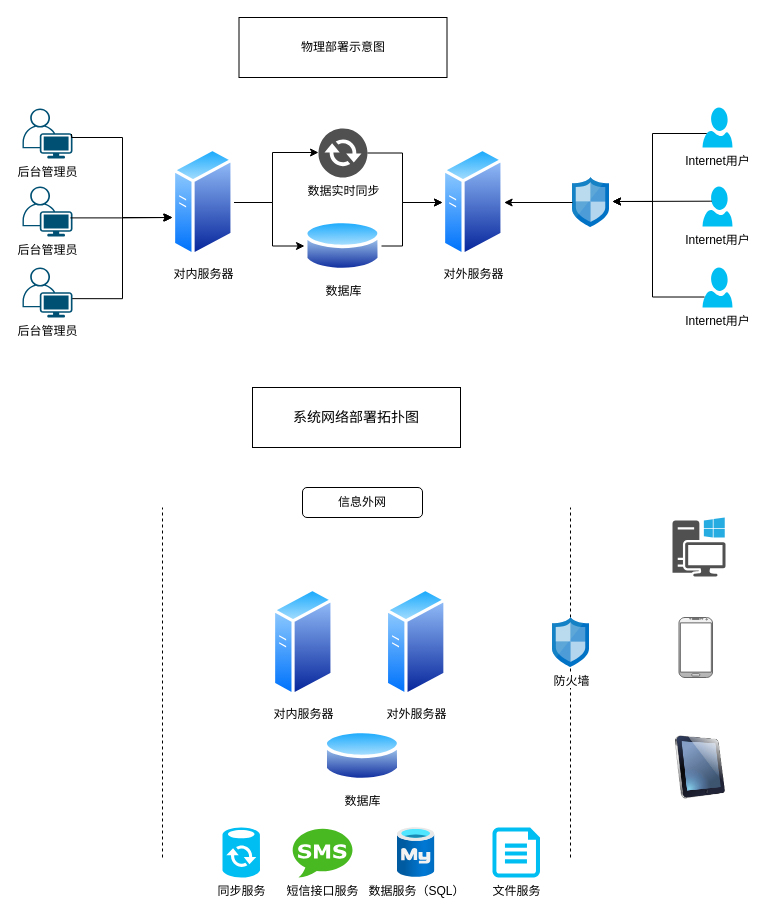
Earlier version of the draw.io diagram 紫金论电.drawio (yisqiu/SimpleMap-wx). Source tidied: cells renumbered, new cells numbered last; positions are measured from the earlier drawing's top-left corner, leaving out a move shared by most shapes. Both pictures are drawn from the tidied source at 100%, with x=0, y=0 at pixel (22, 17).
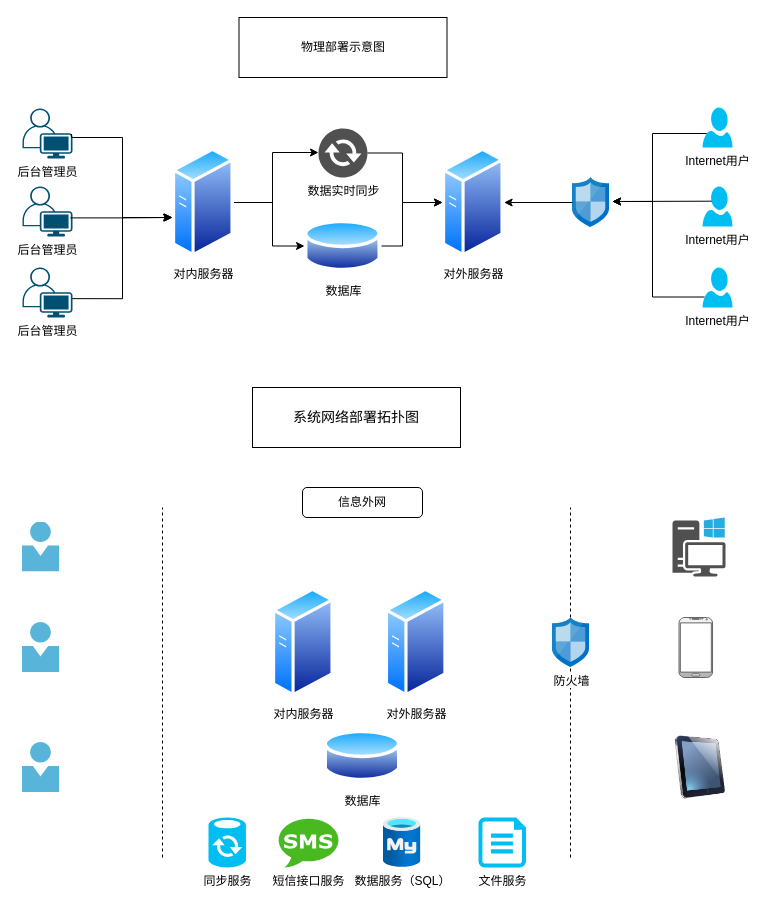
Above is the later version.

Commit message:
更新紫金论电.drawio

Change to the diagram source:
```diff
@@
     <mxCell id="36" value="同步服务&lt;br&gt;" style="verticalLabelPosition=bottom;html=1;verticalAlign=top;align=center;strokeColor=none;fillColor=#00BEF2;shape=mxgraph.azure.sql_datasync;" parent="1" vertex="1">
-      <mxGeometry x="200" y="810" width="37.5" height="50" as="geometry" />
+      <mxGeometry x="186" y="800" width="37.5" height="50" as="geometry" />
     </mxCell>
     <mxCell id="37" value="短信接口服务" style="dashed=0;html=1;align=center;labelPosition=center;verticalLabelPosition=bottom;verticalAlign=top;shape=mxgraph.weblogos.sms;fillColor=#48B921;strokeColor=none;" parent="1" vertex="1">
-      <mxGeometry x="270" y="810" width="60" height="50" as="geometry" />
+      <mxGeometry x="256" y="800" width="60" height="50" as="geometry" />
     </mxCell>
     <mxCell id="38" value="数据服务（SQL）" style="html=1;align=center;image;fontSize=12;image=img/lib/azure2/databases/Azure_Database_MySQL_Server.svg;" parent="1" vertex="1">
-      <mxGeometry x="374.9" y="810" width="37.5" height="50" as="geometry" />
+      <mxGeometry x="360.9" y="800" width="37.5" height="50" as="geometry" />
     </mxCell>
     <mxCell id="39" value="文件服务" style="verticalLabelPosition=bottom;html=1;verticalAlign=top;align=center;strokeColor=none;fillColor=#00BEF2;shape=mxgraph.azure.cloud_services_configuration_file;" parent="1" vertex="1">
-      <mxGeometry x="470" y="810" width="47.5" height="50" as="geometry" />
+      <mxGeometry x="456" y="800" width="47.5" height="50" as="geometry" />
     </mxCell>
+    <mxCell id="40" style="html=1;align=center;image;fontSize=12;image=img/lib/mscae/Person.svg;" parent="1" vertex="1">
+      <mxGeometry y="504.5" width="37" height="50" as="geometry" />
+    </mxCell>
+    <mxCell id="41" style="html=1;align=center;image;fontSize=12;image=img/lib/mscae/Person.svg;" parent="1" vertex="1">
+      <mxGeometry y="605" width="37" height="50" as="geometry" />
+    </mxCell>
+    <mxCell id="42" style="html=1;align=center;image;fontSize=12;image=img/lib/mscae/Person.svg;" parent="1" vertex="1">
+      <mxGeometry y="725" width="37" height="50" as="geometry" />
+    </mxCell>
```
